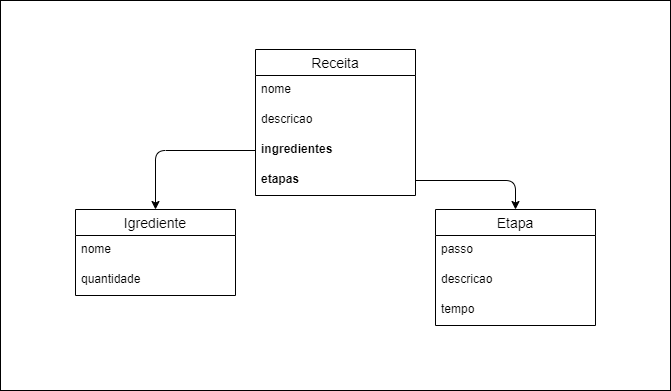
Juzeka/api_produtos keeps this draw.io diagram as relacionamento.png. Above is the earlier version. Source tidied: cells renumbered, new cells last; positions are measured from the earlier drawing's top-left corner, leaving out a move shared by most shapes.
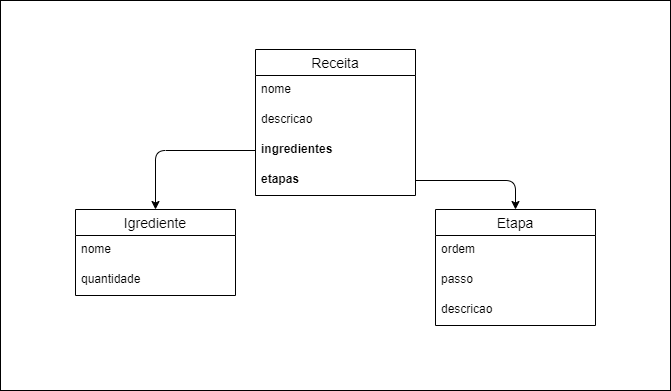
The same diagram one commit later.

Commit message:
ajuste de uml

The edit, as a diff of the source:
```diff
@@ -32,15 +32,15 @@
     <mxCell id="11" value="Etapa" style="swimlane;fontStyle=0;horizontal=1;startSize=26;align=center;fontSize=14;" parent="1" vertex="1">
       <mxGeometry x="435" y="209" width="160" height="116" as="geometry" />
     </mxCell>
+    <mxCell id="17" value="ordem" style="text;strokeColor=none;fillColor=none;spacingLeft=4;spacingRight=4;overflow=hidden;fontSize=12;" parent="11" vertex="1">
+      <mxGeometry y="26" width="160" height="30" as="geometry" />
+    </mxCell>
     <mxCell id="12" value="passo" style="text;strokeColor=none;fillColor=none;spacingLeft=4;spacingRight=4;overflow=hidden;fontSize=12;" parent="11" vertex="1">
-      <mxGeometry y="26" width="160" height="30" as="geometry" />
+      <mxGeometry y="56" width="160" height="30" as="geometry" />
     </mxCell>
     <mxCell id="13" value="descricao" style="text;strokeColor=none;fillColor=none;spacingLeft=4;spacingRight=4;overflow=hidden;fontSize=12;" parent="11" vertex="1">
-      <mxGeometry y="56" width="160" height="30" as="geometry" />
+      <mxGeometry y="86" width="160" height="30" as="geometry" />
     </mxCell>
-    <mxCell id="14" value="tempo" style="text;strokeColor=none;fillColor=none;spacingLeft=4;spacingRight=4;overflow=hidden;fontSize=12;" parent="11" vertex="1">
-      <mxGeometry y="86" width="160" height="30" as="geometry" />
-    </mxCell>
     <mxCell id="15" style="edgeStyle=none;html=1;entryX=0.5;entryY=0;entryDx=0;entryDy=0;" parent="1" edge="1" source="6" target="8">
       <mxGeometry relative="1" as="geometry">
         <Array as="points">
```
